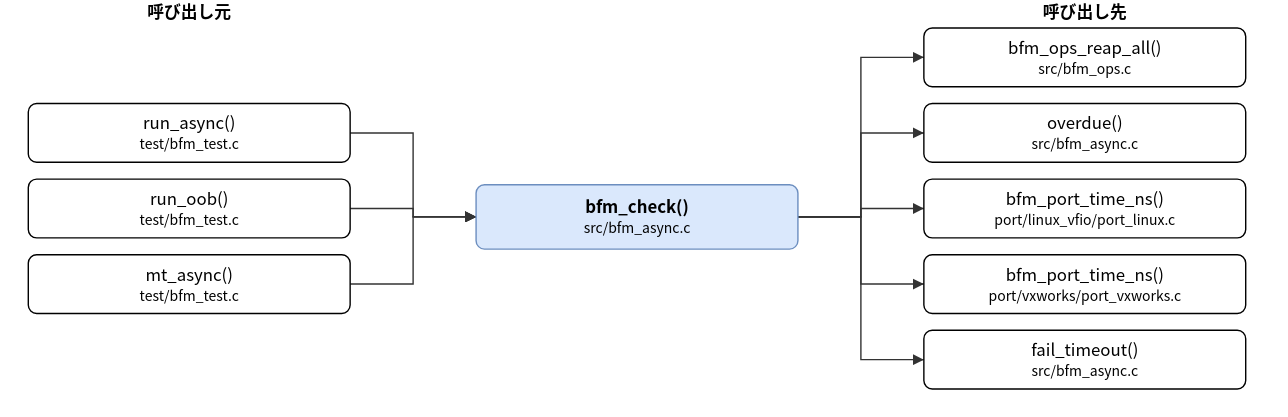
Above: doc/spec/images/call_src_bfm_async-bfm_check.drawio.svg in hf355051012-ai/bfmem (draw.io), before the change. Source tidied: cells renumbered, new cells last; positions are measured from the earlier drawing's top-left corner, leaving out a move shared by most shapes. Source of this version:
```xml
<mxGraphModel>
  <root>
    <mxCell id="0" />
    <mxCell id="1" parent="0" />
    <mxCell id="2" value="bfm_check()&lt;br&gt;&lt;font style=&quot;font-size:10px&quot;&gt;src/bfm_async.c&lt;/font&gt;" style="rounded=1;whiteSpace=wrap;html=1;fillColor=#dae8fc;strokeColor=#6c8ebf;fontStyle=1;" parent="1" vertex="1">
      <mxGeometry x="320" y="132" width="230" height="46" as="geometry" />
    </mxCell>
    <mxCell id="3" value="run_async()&lt;br&gt;&lt;font style=&quot;font-size:10px&quot;&gt;test/bfm_test.c&lt;/font&gt;" style="rounded=1;whiteSpace=wrap;html=1;" parent="1" vertex="1">
      <mxGeometry y="74" width="230" height="42" as="geometry" />
    </mxCell>
    <mxCell id="4" value="run_oob()&lt;br&gt;&lt;font style=&quot;font-size:10px&quot;&gt;test/bfm_test.c&lt;/font&gt;" style="rounded=1;whiteSpace=wrap;html=1;" parent="1" vertex="1">
      <mxGeometry y="128" width="230" height="42" as="geometry" />
    </mxCell>
    <mxCell id="5" value="mt_async()&lt;br&gt;&lt;font style=&quot;font-size:10px&quot;&gt;test/bfm_test.c&lt;/font&gt;" style="rounded=1;whiteSpace=wrap;html=1;" parent="1" vertex="1">
      <mxGeometry y="182" width="230" height="42" as="geometry" />
    </mxCell>
    <mxCell id="6" value="bfm_ops_reap_all()&lt;br&gt;&lt;font style=&quot;font-size:10px&quot;&gt;src/bfm_ops.c&lt;/font&gt;" style="rounded=1;whiteSpace=wrap;html=1;" parent="1" vertex="1">
      <mxGeometry x="640" y="20" width="230" height="42" as="geometry" />
    </mxCell>
    <mxCell id="7" value="overdue()&lt;br&gt;&lt;font style=&quot;font-size:10px&quot;&gt;src/bfm_async.c&lt;/font&gt;" style="rounded=1;whiteSpace=wrap;html=1;" parent="1" vertex="1">
      <mxGeometry x="640" y="74" width="230" height="42" as="geometry" />
    </mxCell>
    <mxCell id="8" value="bfm_port_time_ns()&lt;br&gt;&lt;font style=&quot;font-size:10px&quot;&gt;port/linux_vfio/port_linux.c&lt;/font&gt;" style="rounded=1;whiteSpace=wrap;html=1;" parent="1" vertex="1">
      <mxGeometry x="640" y="128" width="230" height="42" as="geometry" />
    </mxCell>
    <mxCell id="9" value="bfm_port_time_ns()&lt;br&gt;&lt;font style=&quot;font-size:10px&quot;&gt;port/vxworks/port_vxworks.c&lt;/font&gt;" style="rounded=1;whiteSpace=wrap;html=1;" parent="1" vertex="1">
      <mxGeometry x="640" y="182" width="230" height="42" as="geometry" />
    </mxCell>
    <mxCell id="10" value="fail_timeout()&lt;br&gt;&lt;font style=&quot;font-size:10px&quot;&gt;src/bfm_async.c&lt;/font&gt;" style="rounded=1;whiteSpace=wrap;html=1;" parent="1" vertex="1">
      <mxGeometry x="640" y="236" width="230" height="42" as="geometry" />
    </mxCell>
    <mxCell id="11" style="edgeStyle=none;html=1;rounded=0;endArrow=block;endFill=1;exitX=1.0000;exitY=0.5000;exitDx=0;exitDy=0;exitPerimeter=0;entryX=0.0000;entryY=0.5000;entryDx=0;entryDy=0;entryPerimeter=0;" parent="1" edge="1" source="3" target="2">
      <mxGeometry relative="1" as="geometry">
        <Array as="points">
          <mxPoint x="275" y="95" />
          <mxPoint x="275" y="155" />
        </Array>
      </mxGeometry>
    </mxCell>
    <mxCell id="12" style="edgeStyle=none;html=1;rounded=0;endArrow=block;endFill=1;exitX=1.0000;exitY=0.5000;exitDx=0;exitDy=0;exitPerimeter=0;entryX=0.0000;entryY=0.5000;entryDx=0;entryDy=0;entryPerimeter=0;" parent="1" edge="1" source="4" target="2">
      <mxGeometry relative="1" as="geometry">
        <Array as="points">
          <mxPoint x="275" y="149" />
          <mxPoint x="275" y="155" />
        </Array>
      </mxGeometry>
    </mxCell>
    <mxCell id="13" style="edgeStyle=none;html=1;rounded=0;endArrow=block;endFill=1;exitX=1.0000;exitY=0.5000;exitDx=0;exitDy=0;exitPerimeter=0;entryX=0.0000;entryY=0.5000;entryDx=0;entryDy=0;entryPerimeter=0;" parent="1" edge="1" source="5" target="2">
      <mxGeometry relative="1" as="geometry">
        <Array as="points">
          <mxPoint x="275" y="203" />
          <mxPoint x="275" y="155" />
        </Array>
      </mxGeometry>
    </mxCell>
    <mxCell id="14" style="edgeStyle=none;html=1;rounded=0;endArrow=block;endFill=1;exitX=1.0000;exitY=0.5000;exitDx=0;exitDy=0;exitPerimeter=0;entryX=0.0000;entryY=0.5000;entryDx=0;entryDy=0;entryPerimeter=0;" parent="1" edge="1" source="2" target="6">
      <mxGeometry relative="1" as="geometry">
        <Array as="points">
          <mxPoint x="595" y="155" />
          <mxPoint x="595" y="41" />
        </Array>
      </mxGeometry>
    </mxCell>
    <mxCell id="15" style="edgeStyle=none;html=1;rounded=0;endArrow=block;endFill=1;exitX=1.0000;exitY=0.5000;exitDx=0;exitDy=0;exitPerimeter=0;entryX=0.0000;entryY=0.5000;entryDx=0;entryDy=0;entryPerimeter=0;" parent="1" edge="1" source="2" target="7">
      <mxGeometry relative="1" as="geometry">
        <Array as="points">
          <mxPoint x="595" y="155" />
          <mxPoint x="595" y="95" />
        </Array>
      </mxGeometry>
    </mxCell>
    <mxCell id="16" style="edgeStyle=none;html=1;rounded=0;endArrow=block;endFill=1;exitX=1.0000;exitY=0.5000;exitDx=0;exitDy=0;exitPerimeter=0;entryX=0.0000;entryY=0.5000;entryDx=0;entryDy=0;entryPerimeter=0;" parent="1" edge="1" source="2" target="8">
      <mxGeometry relative="1" as="geometry">
        <Array as="points">
          <mxPoint x="595" y="155" />
          <mxPoint x="595" y="149" />
        </Array>
      </mxGeometry>
    </mxCell>
    <mxCell id="17" style="edgeStyle=none;html=1;rounded=0;endArrow=block;endFill=1;exitX=1.0000;exitY=0.5000;exitDx=0;exitDy=0;exitPerimeter=0;entryX=0.0000;entryY=0.5000;entryDx=0;entryDy=0;entryPerimeter=0;" parent="1" edge="1" source="2" target="9">
      <mxGeometry relative="1" as="geometry">
        <Array as="points">
          <mxPoint x="595" y="155" />
          <mxPoint x="595" y="203" />
        </Array>
      </mxGeometry>
    </mxCell>
    <mxCell id="18" style="edgeStyle=none;html=1;rounded=0;endArrow=block;endFill=1;exitX=1.0000;exitY=0.5000;exitDx=0;exitDy=0;exitPerimeter=0;entryX=0.0000;entryY=0.5000;entryDx=0;entryDy=0;entryPerimeter=0;" parent="1" edge="1" source="2" target="10">
      <mxGeometry relative="1" as="geometry">
        <Array as="points">
          <mxPoint x="595" y="155" />
          <mxPoint x="595" y="257" />
        </Array>
      </mxGeometry>
    </mxCell>
    <mxCell id="19" value="呼び出し元" style="text;html=1;align=center;fontStyle=1;" parent="1" vertex="1">
      <mxGeometry x="35" width="160" height="18" as="geometry" />
    </mxCell>
    <mxCell id="20" value="呼び出し先" style="text;html=1;align=center;fontStyle=1;" parent="1" vertex="1">
      <mxGeometry x="675" width="160" height="18" as="geometry" />
    </mxCell>
  </root>
</mxGraphModel>
```
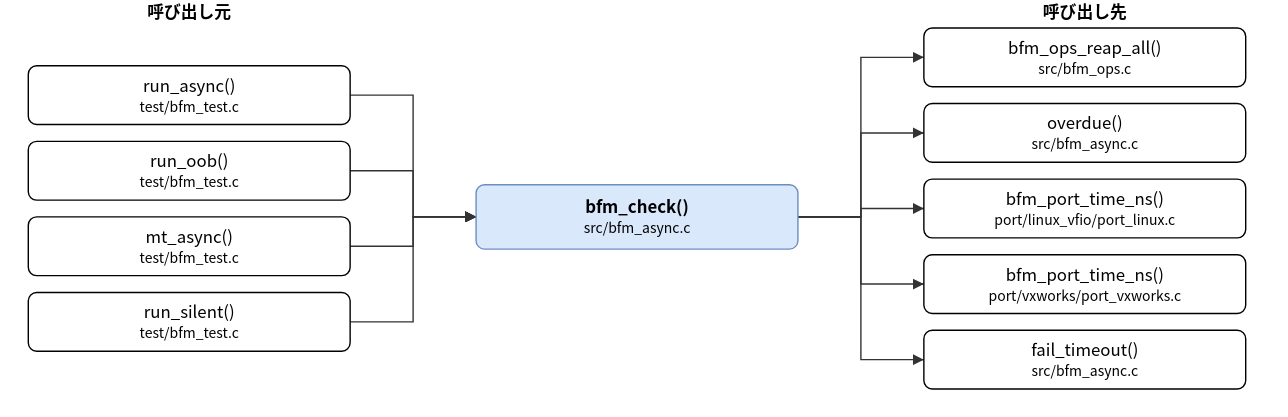
The same file after the commit.

Change to the diagram source:
```diff
@@ -6,14 +6,17 @@
       <mxGeometry x="320" y="132" width="230" height="46" as="geometry" />
     </mxCell>
     <mxCell id="3" value="run_async()&lt;br&gt;&lt;font style=&quot;font-size:10px&quot;&gt;test/bfm_test.c&lt;/font&gt;" style="rounded=1;whiteSpace=wrap;html=1;" parent="1" vertex="1">
-      <mxGeometry y="74" width="230" height="42" as="geometry" />
+      <mxGeometry y="47" width="230" height="42" as="geometry" />
     </mxCell>
     <mxCell id="4" value="run_oob()&lt;br&gt;&lt;font style=&quot;font-size:10px&quot;&gt;test/bfm_test.c&lt;/font&gt;" style="rounded=1;whiteSpace=wrap;html=1;" parent="1" vertex="1">
-      <mxGeometry y="128" width="230" height="42" as="geometry" />
+      <mxGeometry y="101" width="230" height="42" as="geometry" />
     </mxCell>
     <mxCell id="5" value="mt_async()&lt;br&gt;&lt;font style=&quot;font-size:10px&quot;&gt;test/bfm_test.c&lt;/font&gt;" style="rounded=1;whiteSpace=wrap;html=1;" parent="1" vertex="1">
-      <mxGeometry y="182" width="230" height="42" as="geometry" />
+      <mxGeometry y="155" width="230" height="42" as="geometry" />
     </mxCell>
+    <mxCell id="21" value="run_silent()&lt;br&gt;&lt;font style=&quot;font-size:10px&quot;&gt;test/bfm_test.c&lt;/font&gt;" style="rounded=1;whiteSpace=wrap;html=1;" parent="1" vertex="1">
+      <mxGeometry y="209" width="230" height="42" as="geometry" />
+    </mxCell>
     <mxCell id="6" value="bfm_ops_reap_all()&lt;br&gt;&lt;font style=&quot;font-size:10px&quot;&gt;src/bfm_ops.c&lt;/font&gt;" style="rounded=1;whiteSpace=wrap;html=1;" parent="1" vertex="1">
       <mxGeometry x="640" y="20" width="230" height="42" as="geometry" />
     </mxCell>
@@ -32,7 +35,7 @@
     <mxCell id="11" style="edgeStyle=none;html=1;rounded=0;endArrow=block;endFill=1;exitX=1.0000;exitY=0.5000;exitDx=0;exitDy=0;exitPerimeter=0;entryX=0.0000;entryY=0.5000;entryDx=0;entryDy=0;entryPerimeter=0;" parent="1" edge="1" source="3" target="2">
       <mxGeometry relative="1" as="geometry">
         <Array as="points">
-          <mxPoint x="275" y="95" />
+          <mxPoint x="275" y="68" />
           <mxPoint x="275" y="155" />
         </Array>
       </mxGeometry>
@@ -40,7 +43,7 @@
     <mxCell id="12" style="edgeStyle=none;html=1;rounded=0;endArrow=block;endFill=1;exitX=1.0000;exitY=0.5000;exitDx=0;exitDy=0;exitPerimeter=0;entryX=0.0000;entryY=0.5000;entryDx=0;entryDy=0;entryPerimeter=0;" parent="1" edge="1" source="4" target="2">
       <mxGeometry relative="1" as="geometry">
         <Array as="points">
-          <mxPoint x="275" y="149" />
+          <mxPoint x="275" y="122" />
           <mxPoint x="275" y="155" />
         </Array>
       </mxGeometry>
@@ -48,51 +51,59 @@
     <mxCell id="13" style="edgeStyle=none;html=1;rounded=0;endArrow=block;endFill=1;exitX=1.0000;exitY=0.5000;exitDx=0;exitDy=0;exitPerimeter=0;entryX=0.0000;entryY=0.5000;entryDx=0;entryDy=0;entryPerimeter=0;" parent="1" edge="1" source="5" target="2">
       <mxGeometry relative="1" as="geometry">
         <Array as="points">
-          <mxPoint x="275" y="203" />
+          <mxPoint x="275" y="176" />
           <mxPoint x="275" y="155" />
         </Array>
       </mxGeometry>
     </mxCell>
-    <mxCell id="14" style="edgeStyle=none;html=1;rounded=0;endArrow=block;endFill=1;exitX=1.0000;exitY=0.5000;exitDx=0;exitDy=0;exitPerimeter=0;entryX=0.0000;entryY=0.5000;entryDx=0;entryDy=0;entryPerimeter=0;" parent="1" edge="1" source="2" target="6">
+    <mxCell id="14" style="edgeStyle=none;html=1;rounded=0;endArrow=block;endFill=1;exitX=1.0000;exitY=0.5000;exitDx=0;exitDy=0;exitPerimeter=0;entryX=0.0000;entryY=0.5000;entryDx=0;entryDy=0;entryPerimeter=0;" parent="1" edge="1" source="21" target="2">
       <mxGeometry relative="1" as="geometry">
         <Array as="points">
-          <mxPoint x="595" y="155" />
-          <mxPoint x="595" y="41" />
+          <mxPoint x="275" y="230" />
+          <mxPoint x="275" y="155" />
         </Array>
       </mxGeometry>
     </mxCell>
-    <mxCell id="15" style="edgeStyle=none;html=1;rounded=0;endArrow=block;endFill=1;exitX=1.0000;exitY=0.5000;exitDx=0;exitDy=0;exitPerimeter=0;entryX=0.0000;entryY=0.5000;entryDx=0;entryDy=0;entryPerimeter=0;" parent="1" edge="1" source="2" target="7">
+    <mxCell id="15" style="edgeStyle=none;html=1;rounded=0;endArrow=block;endFill=1;exitX=1.0000;exitY=0.5000;exitDx=0;exitDy=0;exitPerimeter=0;entryX=0.0000;entryY=0.5000;entryDx=0;entryDy=0;entryPerimeter=0;" parent="1" edge="1" source="2" target="6">
       <mxGeometry relative="1" as="geometry">
         <Array as="points">
           <mxPoint x="595" y="155" />
-          <mxPoint x="595" y="95" />
+          <mxPoint x="595" y="41" />
         </Array>
       </mxGeometry>
     </mxCell>
-    <mxCell id="16" style="edgeStyle=none;html=1;rounded=0;endArrow=block;endFill=1;exitX=1.0000;exitY=0.5000;exitDx=0;exitDy=0;exitPerimeter=0;entryX=0.0000;entryY=0.5000;entryDx=0;entryDy=0;entryPerimeter=0;" parent="1" edge="1" source="2" target="8">
+    <mxCell id="16" style="edgeStyle=none;html=1;rounded=0;endArrow=block;endFill=1;exitX=1.0000;exitY=0.5000;exitDx=0;exitDy=0;exitPerimeter=0;entryX=0.0000;entryY=0.5000;entryDx=0;entryDy=0;entryPerimeter=0;" parent="1" edge="1" source="2" target="7">
       <mxGeometry relative="1" as="geometry">
         <Array as="points">
           <mxPoint x="595" y="155" />
-          <mxPoint x="595" y="149" />
+          <mxPoint x="595" y="95" />
         </Array>
       </mxGeometry>
     </mxCell>
-    <mxCell id="17" style="edgeStyle=none;html=1;rounded=0;endArrow=block;endFill=1;exitX=1.0000;exitY=0.5000;exitDx=0;exitDy=0;exitPerimeter=0;entryX=0.0000;entryY=0.5000;entryDx=0;entryDy=0;entryPerimeter=0;" parent="1" edge="1" source="2" target="9">
+    <mxCell id="17" style="edgeStyle=none;html=1;rounded=0;endArrow=block;endFill=1;exitX=1.0000;exitY=0.5000;exitDx=0;exitDy=0;exitPerimeter=0;entryX=0.0000;entryY=0.5000;entryDx=0;entryDy=0;entryPerimeter=0;" parent="1" edge="1" source="2" target="8">
       <mxGeometry relative="1" as="geometry">
         <Array as="points">
           <mxPoint x="595" y="155" />
-          <mxPoint x="595" y="203" />
+          <mxPoint x="595" y="149" />
         </Array>
       </mxGeometry>
     </mxCell>
-    <mxCell id="18" style="edgeStyle=none;html=1;rounded=0;endArrow=block;endFill=1;exitX=1.0000;exitY=0.5000;exitDx=0;exitDy=0;exitPerimeter=0;entryX=0.0000;entryY=0.5000;entryDx=0;entryDy=0;entryPerimeter=0;" parent="1" edge="1" source="2" target="10">
+    <mxCell id="18" style="edgeStyle=none;html=1;rounded=0;endArrow=block;endFill=1;exitX=1.0000;exitY=0.5000;exitDx=0;exitDy=0;exitPerimeter=0;entryX=0.0000;entryY=0.5000;entryDx=0;entryDy=0;entryPerimeter=0;" parent="1" edge="1" source="2" target="9">
       <mxGeometry relative="1" as="geometry">
         <Array as="points">
           <mxPoint x="595" y="155" />
-          <mxPoint x="595" y="257" />
+          <mxPoint x="595" y="203" />
         </Array>
       </mxGeometry>
     </mxCell>
+    <mxCell id="22" style="edgeStyle=none;html=1;rounded=0;endArrow=block;endFill=1;exitX=1.0000;exitY=0.5000;exitDx=0;exitDy=0;exitPerimeter=0;entryX=0.0000;entryY=0.5000;entryDx=0;entryDy=0;entryPerimeter=0;" parent="1" edge="1" source="2" target="10">
+      <mxGeometry relative="1" as="geometry">
+        <Array as="points">
+          <mxPoint x="595" y="155" />
+          <mxPoint x="595" y="257" />
+        </Array>
+      </mxGeometry>
+    </mxCell>
     <mxCell id="19" value="呼び出し元" style="text;html=1;align=center;fontStyle=1;" parent="1" vertex="1">
       <mxGeometry x="35" width="160" height="18" as="geometry" />
     </mxCell>
```
